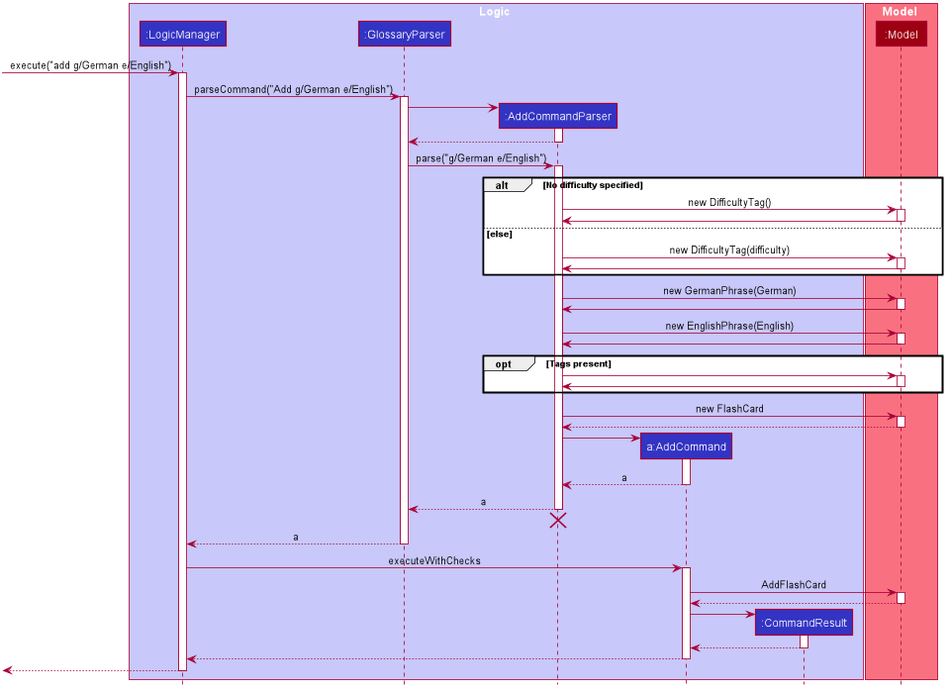
Above: docs/images/AddSequenceDiagram.png in zhizhizhizhizhi/tp (PlantUML), before the change. The source it was exported from:
```plantuml
@startuml








skinparam BackgroundColor #FFFFFFF

skinparam Shadowing false

skinparam Class {
    FontColor #FFFFFF
    BorderThickness 1
    BorderColor #FFFFFF
    StereotypeFontColor #FFFFFF
    FontName Arial
}

skinparam Actor {
    BorderColor #000000
    Color #000000
    FontName Arial
}

skinparam Sequence {
    MessageAlign center
    BoxFontSize 15
    BoxPadding 0
    BoxFontColor #FFFFFF
    FontName Arial
}

skinparam Participant {
    FontColor #FFFFFFF
    Padding 20
}

skinparam MinClassWidth 50
skinparam ParticipantPadding 10
skinparam Shadowing false
skinparam DefaultTextAlignment center
skinparam packageStyle Rectangle

hide footbox
hide members
hide circle

box Logic #C8C8FA
participant ":LogicManager" as LogicManager #3333C4
participant ":GlossaryParser" as GlossaryParser #3333C4
participant ":AddCommandParser" as AddCommandParser #3333C4
participant "a:AddCommand" as AddCommand #3333C4
participant ":CommandResult" as CommandResult #3333C4
end box

box Model #F97181
participant ":Model" as Model #9D0012
end box

[-> LogicManager : execute("add g/German e/English")
activate LogicManager

LogicManager -> GlossaryParser : parseCommand("Add g/German e/English")
activate GlossaryParser

create AddCommandParser
GlossaryParser -> AddCommandParser
activate AddCommandParser

AddCommandParser --> GlossaryParser
deactivate AddCommandParser

GlossaryParser -> AddCommandParser : parse("g/German e/English")
activate AddCommandParser

alt No difficulty specified
    AddCommandParser -> Model : new DifficultyTag()
    activate Model

    Model -> AddCommandParser
    Deactivate Model
else else
    AddCommandParser -> Model : new DifficultyTag(difficulty)
    activate Model

    Model -> AddCommandParser
    Deactivate Model
end

AddCommandParser -> Model : new GermanPhrase(German)
activate Model

Model -> AddCommandParser
Deactivate Model

AddCommandParser -> Model : new EnglishPhrase(English)
activate Model

Model -> AddCommandParser
Deactivate Model

opt Tags present
   AddCommandParser -> Model
   activate Model

   Model -> AddCommandParser
   Deactivate Model
end

AddCommandParser -> Model : new FlashCard
activate Model

Model --> AddCommandParser
deactivate Model

create AddCommand
AddCommandParser -> AddCommand
activate AddCommand

AddCommand --> AddCommandParser : a
deactivate AddCommand

AddCommandParser --> GlossaryParser : a
deactivate AddCommandParser
AddCommandParser -[hidden]-> GlossaryParser
destroy AddCommandParser

GlossaryParser --> LogicManager : a
deactivate GlossaryParser

LogicManager -> AddCommand : executeWithChecks
activate AddCommand

AddCommand -> Model : AddFlashCard
activate Model

Model --> AddCommand
deactivate Model

create CommandResult
AddCommand -> CommandResult
activate CommandResult

CommandResult --> AddCommand
deactivate CommandResult

AddCommand --> LogicManager :
deactivate AddCommand

[<--LogicManager
deactivate LogicManager
@enduml
```
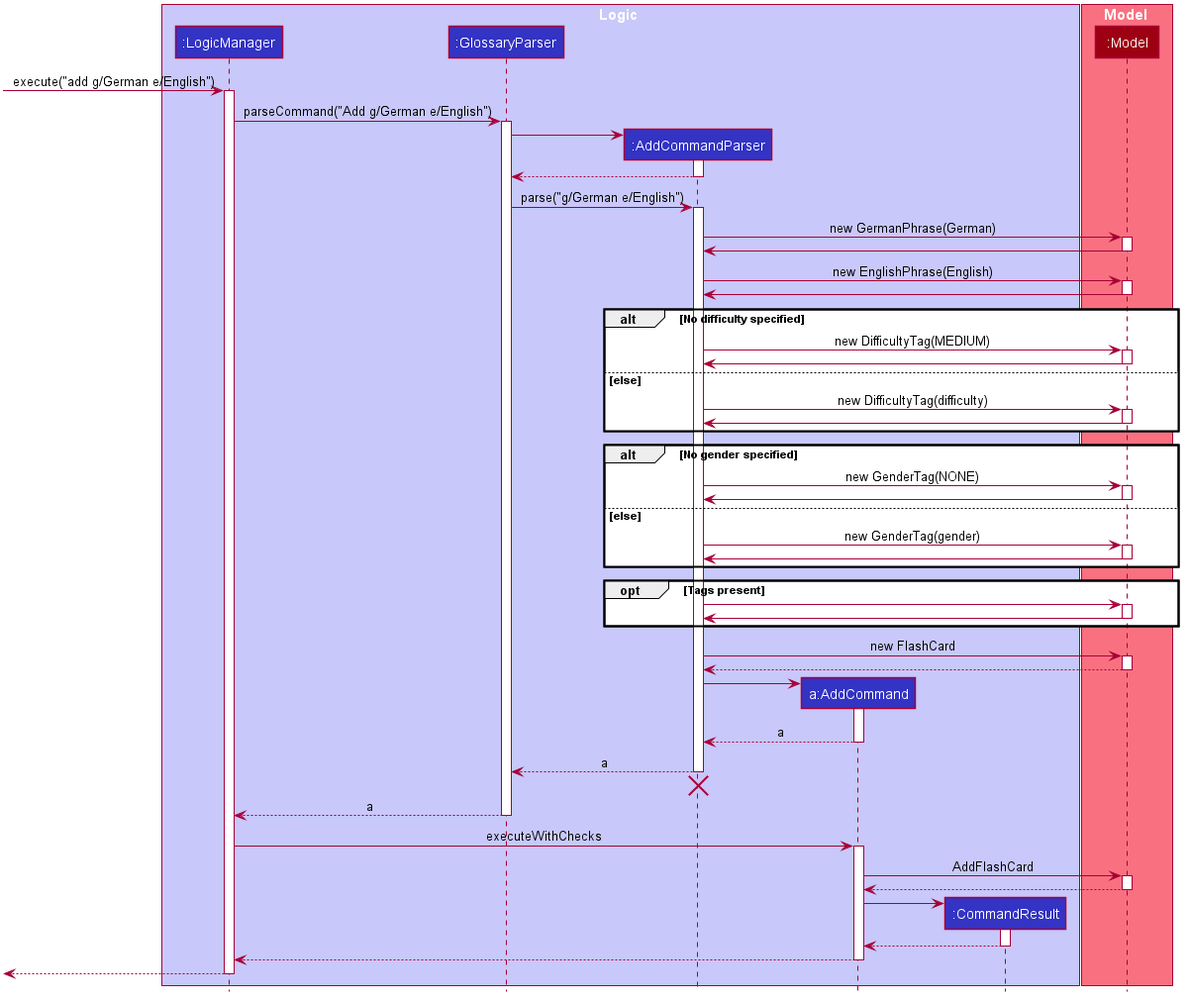
After the commit.

The edit, as a diff of the source:
```diff
@@ -76,8 +76,20 @@
 GlossaryParser -> AddCommandParser : parse("g/German e/English")
 activate AddCommandParser
 
+AddCommandParser -> Model : new GermanPhrase(German)
+activate Model
+
+Model -> AddCommandParser
+Deactivate Model
+
+AddCommandParser -> Model : new EnglishPhrase(English)
+activate Model
+
+Model -> AddCommandParser
+Deactivate Model
+
 alt No difficulty specified
-    AddCommandParser -> Model : new DifficultyTag()
+    AddCommandParser -> Model : new DifficultyTag(MEDIUM)
     activate Model
 
     Model -> AddCommandParser
@@ -90,17 +102,19 @@
     Deactivate Model
 end
 
-AddCommandParser -> Model : new GermanPhrase(German)
-activate Model
+alt No gender specified
+    AddCommandParser -> Model : new GenderTag(NONE)
+    activate Model
 
-Model -> AddCommandParser
-Deactivate Model
+    Model -> AddCommandParser
+    Deactivate Model
+else else
+    AddCommandParser -> Model : new GenderTag(gender)
+    activate Model
 
-AddCommandParser -> Model : new EnglishPhrase(English)
-activate Model
-
-Model -> AddCommandParser
-Deactivate Model
+    Model -> AddCommandParser
+    Deactivate Model
+end
 
 opt Tags present
    AddCommandParser -> Model
```
